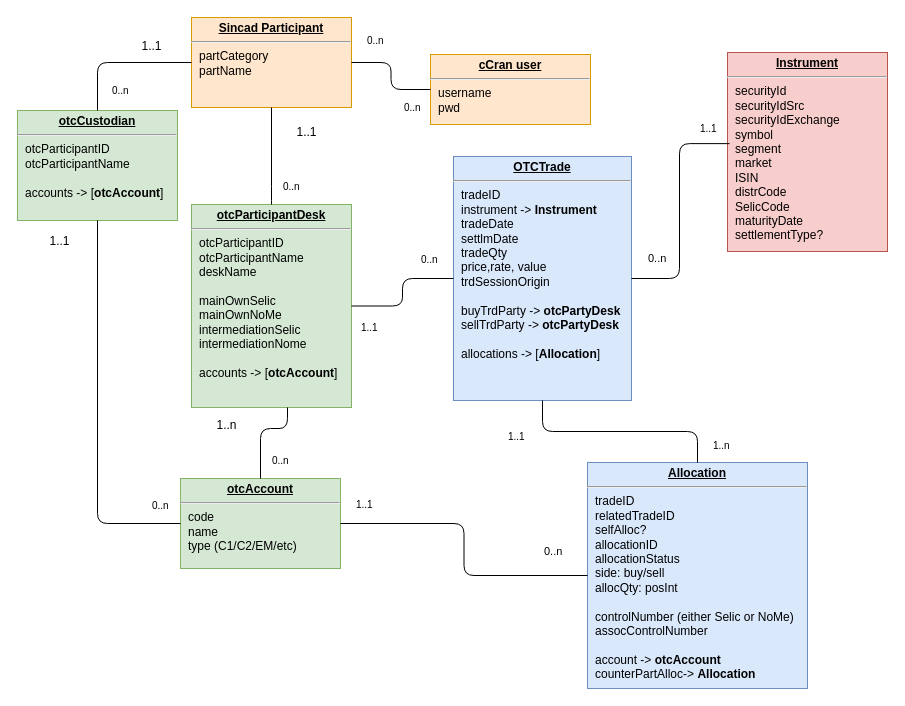
Earlier version of the draw.io diagram Untitled Diagram.drawio (mbolmstrand/graphql_is_the_bomb). Source tidied: cells renumbered, new cells numbered last; positions are measured from the earlier drawing's top-left corner, leaving out a move shared by most shapes. Both pictures are drawn from the tidied source at 100%, with x=0, y=0 at pixel (17, 17).
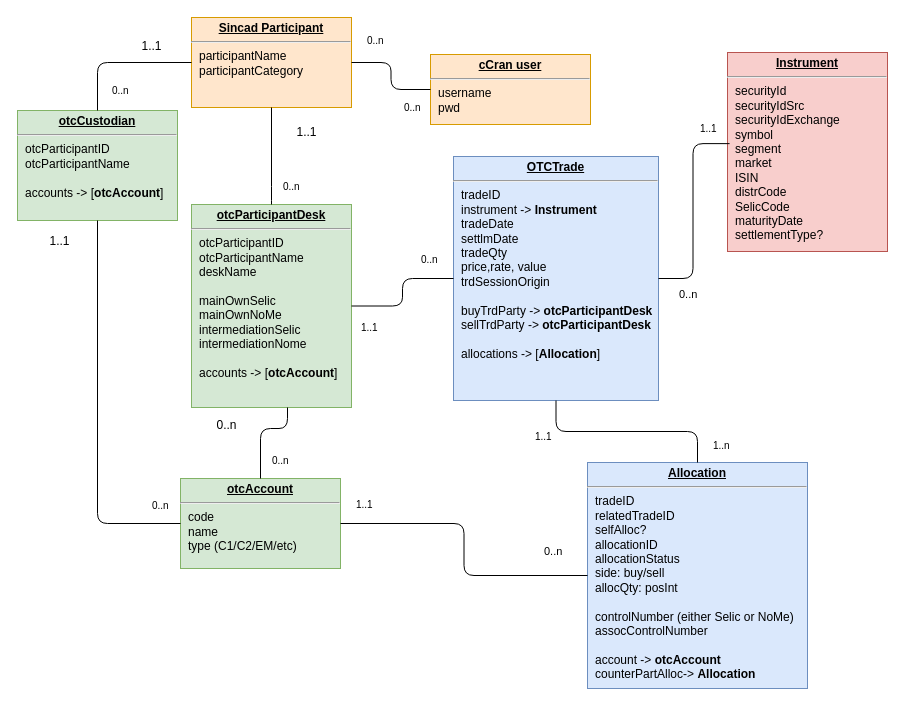
The same page after the edit.

The edit, as a diff of the source:
```diff
@@
-    <mxCell id="2" value="&lt;p style=&quot;margin: 0px ; margin-top: 4px ; text-align: center ; text-decoration: underline&quot;&gt;&lt;b&gt;Sincad Participant&lt;/b&gt;&lt;/p&gt;&lt;hr&gt;&lt;p style=&quot;margin: 0px ; margin-left: 8px&quot;&gt;partCategory&lt;br&gt;partName&lt;br&gt;&lt;/p&gt;" style="verticalAlign=top;align=left;overflow=fill;fontSize=12;fontFamily=Helvetica;html=1;fillColor=#ffe6cc;strokeColor=#d79b00;" parent="1" vertex="1">
+    <mxCell id="2" value="&lt;p style=&quot;margin: 0px ; margin-top: 4px ; text-align: center ; text-decoration: underline&quot;&gt;&lt;b&gt;Sincad Participant&lt;/b&gt;&lt;/p&gt;&lt;hr&gt;&lt;p style=&quot;margin: 0px ; margin-left: 8px&quot;&gt;participantName&lt;br&gt;participantCategory&lt;br&gt;&lt;/p&gt;" style="verticalAlign=top;align=left;overflow=fill;fontSize=12;fontFamily=Helvetica;html=1;fillColor=#ffe6cc;strokeColor=#d79b00;" parent="1" vertex="1">
       <mxGeometry x="174" width="160" height="90" as="geometry" />
     </mxCell>
@@
-    <mxCell id="8" value="1..n" style="text;html=1;align=center;verticalAlign=middle;" parent="1" vertex="1">
-      <mxGeometry x="189" y="398" width="40" height="20" as="geometry" />
+    <mxCell id="8" value="0..n" style="text;html=1;align=center;verticalAlign=middle;" parent="1" vertex="1">
+      <mxGeometry x="194" y="399" width="30" height="18" as="geometry" />
     </mxCell>
@@
-    <mxCell id="23" value="&lt;p style=&quot;margin: 0px ; margin-top: 4px ; text-align: center ; text-decoration: underline&quot;&gt;&lt;b&gt;OTCTrade&lt;/b&gt;&lt;/p&gt;&lt;hr&gt;&lt;p style=&quot;margin: 0px ; margin-left: 8px&quot;&gt;tradeID&lt;/p&gt;&lt;p style=&quot;margin: 0px ; margin-left: 8px&quot;&gt;instrument -&amp;gt; &lt;b&gt;Instrument&lt;/b&gt;&lt;/p&gt;&lt;p style=&quot;margin: 0px ; margin-left: 8px&quot;&gt;tradeDate&lt;/p&gt;&lt;p style=&quot;margin: 0px ; margin-left: 8px&quot;&gt;settlmDate&lt;/p&gt;&lt;p style=&quot;margin: 0px ; margin-left: 8px&quot;&gt;tradeQty&lt;/p&gt;&lt;p style=&quot;margin: 0px ; margin-left: 8px&quot;&gt;price,rate, value&lt;/p&gt;&lt;p style=&quot;margin: 0px ; margin-left: 8px&quot;&gt;trdSessionOrigin&lt;/p&gt;&lt;p style=&quot;margin: 0px ; margin-left: 8px&quot;&gt;&lt;br&gt;&lt;/p&gt;&lt;p style=&quot;margin: 0px ; margin-left: 8px&quot;&gt;buyTrdParty -&amp;gt; &lt;b&gt;otcPartyDesk&lt;/b&gt;&lt;/p&gt;&lt;p style=&quot;margin: 0px ; margin-left: 8px&quot;&gt;sellTrdParty -&amp;gt; &lt;b&gt;otcPartyDesk&lt;/b&gt;&lt;/p&gt;&lt;p style=&quot;margin: 0px ; margin-left: 8px&quot;&gt;&lt;b&gt;&lt;br&gt;&lt;/b&gt;&lt;/p&gt;&lt;p style=&quot;margin: 0px ; margin-left: 8px&quot;&gt;allocations -&amp;gt; [&lt;b&gt;Allocation&lt;/b&gt;]&lt;/p&gt;" style="verticalAlign=top;align=left;overflow=fill;fontSize=12;fontFamily=Helvetica;html=1;fillColor=#dae8fc;strokeColor=#6c8ebf;" parent="1" vertex="1">
-      <mxGeometry x="436" y="139" width="178" height="244" as="geometry" />
+    <mxCell id="23" value="&lt;p style=&quot;margin: 0px ; margin-top: 4px ; text-align: center ; text-decoration: underline&quot;&gt;&lt;b&gt;OTCTrade&lt;/b&gt;&lt;/p&gt;&lt;hr&gt;&lt;p style=&quot;margin: 0px ; margin-left: 8px&quot;&gt;tradeID&lt;/p&gt;&lt;p style=&quot;margin: 0px ; margin-left: 8px&quot;&gt;instrument -&amp;gt; &lt;b&gt;Instrument&lt;/b&gt;&lt;/p&gt;&lt;p style=&quot;margin: 0px ; margin-left: 8px&quot;&gt;tradeDate&lt;/p&gt;&lt;p style=&quot;margin: 0px ; margin-left: 8px&quot;&gt;settlmDate&lt;/p&gt;&lt;p style=&quot;margin: 0px ; margin-left: 8px&quot;&gt;tradeQty&lt;/p&gt;&lt;p style=&quot;margin: 0px ; margin-left: 8px&quot;&gt;price,rate, value&lt;/p&gt;&lt;p style=&quot;margin: 0px ; margin-left: 8px&quot;&gt;trdSessionOrigin&lt;/p&gt;&lt;p style=&quot;margin: 0px ; margin-left: 8px&quot;&gt;&lt;br&gt;&lt;/p&gt;&lt;p style=&quot;margin: 0px ; margin-left: 8px&quot;&gt;buyTrdParty -&amp;gt; &lt;b&gt;otcParticipantDesk&lt;/b&gt;&lt;/p&gt;&lt;p style=&quot;margin: 0px ; margin-left: 8px&quot;&gt;sellTrdParty -&amp;gt; &lt;b&gt;otcParticipantDesk&lt;/b&gt;&lt;/p&gt;&lt;p style=&quot;margin: 0px ; margin-left: 8px&quot;&gt;&lt;b&gt;&lt;br&gt;&lt;/b&gt;&lt;/p&gt;&lt;p style=&quot;margin: 0px ; margin-left: 8px&quot;&gt;allocations -&amp;gt; [&lt;b&gt;Allocation&lt;/b&gt;]&lt;/p&gt;" style="verticalAlign=top;align=left;overflow=fill;fontSize=12;fontFamily=Helvetica;html=1;fillColor=#dae8fc;strokeColor=#6c8ebf;" parent="1" vertex="1">
+      <mxGeometry x="436" y="139" width="205" height="244" as="geometry" />
     </mxCell>
@@
     <mxCell id="41" value="&lt;font style=&quot;font-size: 11px&quot;&gt;0..n&lt;/font&gt;" style="html=1;align=left;verticalAlign=top;labelBackgroundColor=#ffffff;fontSize=10;" parent="1" vertex="1">
-      <mxGeometry x="499" y="311" as="geometry">
+      <mxGeometry x="530" y="347" as="geometry">
         <mxPoint x="130" y="-83" as="offset" />
       </mxGeometry>
     </mxCell>
```
